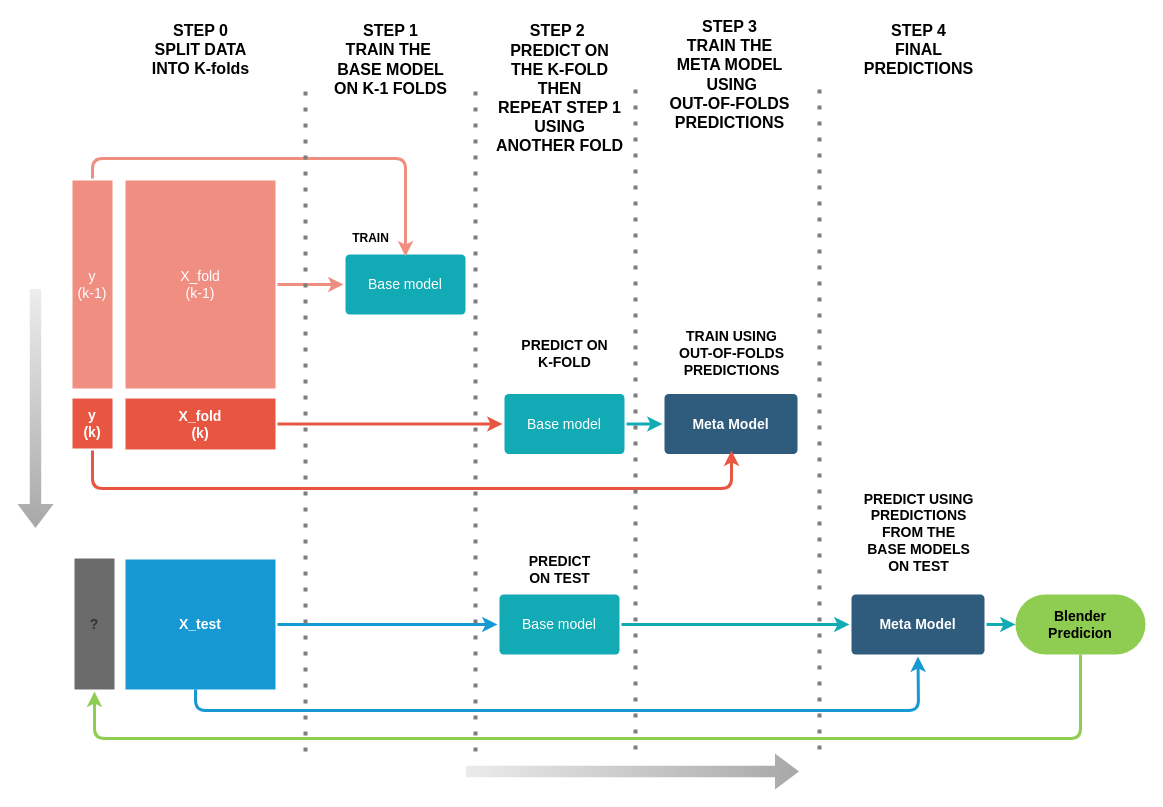
Before: diagrams/stacking.drawio in maikereis/ensembling_techniques, a draw.io diagram. Source tidied: cells renumbered, new cells numbered last; positions are measured from the earlier drawing's top-left corner, leaving out a move shared by most shapes. Both pictures are drawn from the tidied source at 100%, with x=0, y=0 at pixel (35, 24).
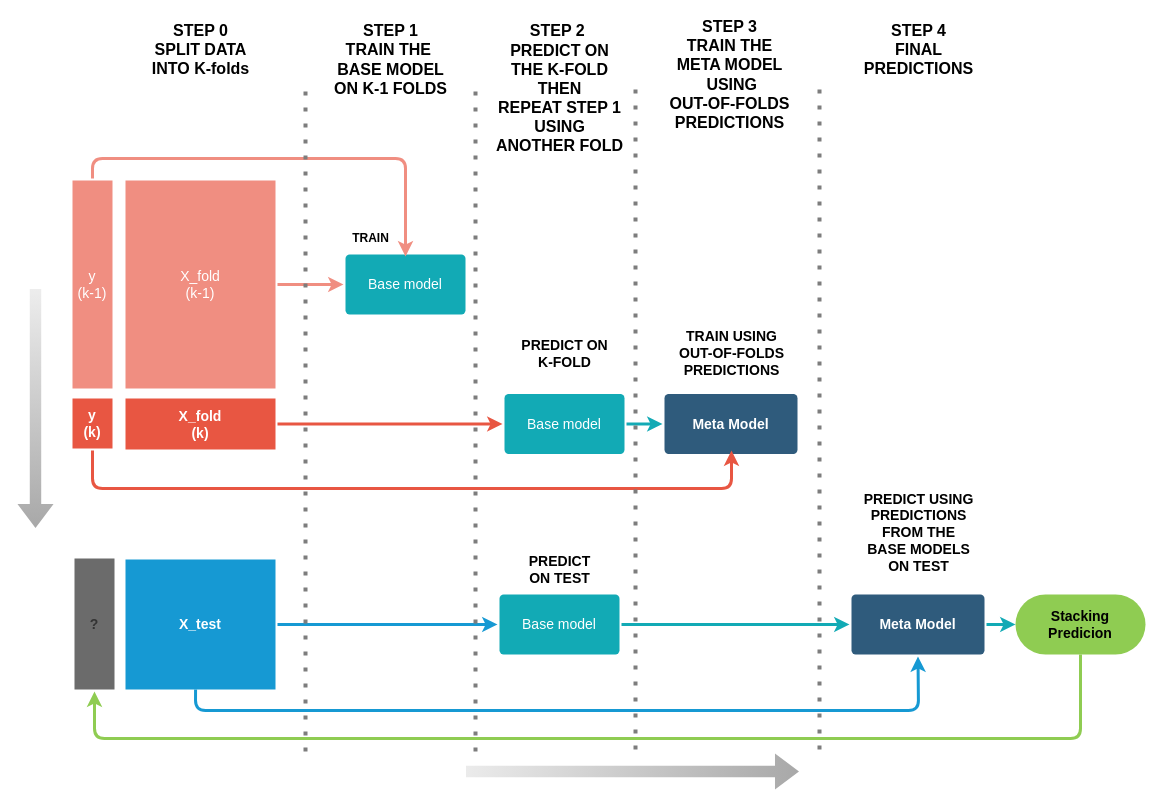
The same diagram, later.

What changed in the source:
```diff
@@
-    <mxCell id="30" value="&lt;b&gt;Blender &lt;br&gt;Predicion&lt;/b&gt;" style="rounded=1;whiteSpace=wrap;html=1;fontSize=14;fillColor=#8FCC52;strokeColor=none;arcSize=50;strokeWidth=4;" parent="1" vertex="1">
+    <mxCell id="30" value="&lt;b&gt;Stacking&lt;br&gt;Predicion&lt;/b&gt;" style="rounded=1;whiteSpace=wrap;html=1;fontSize=14;fillColor=#8FCC52;strokeColor=none;arcSize=50;strokeWidth=4;" parent="1" vertex="1">
       <mxGeometry x="980" y="570" width="130" height="60" as="geometry" />
     </mxCell>
```
